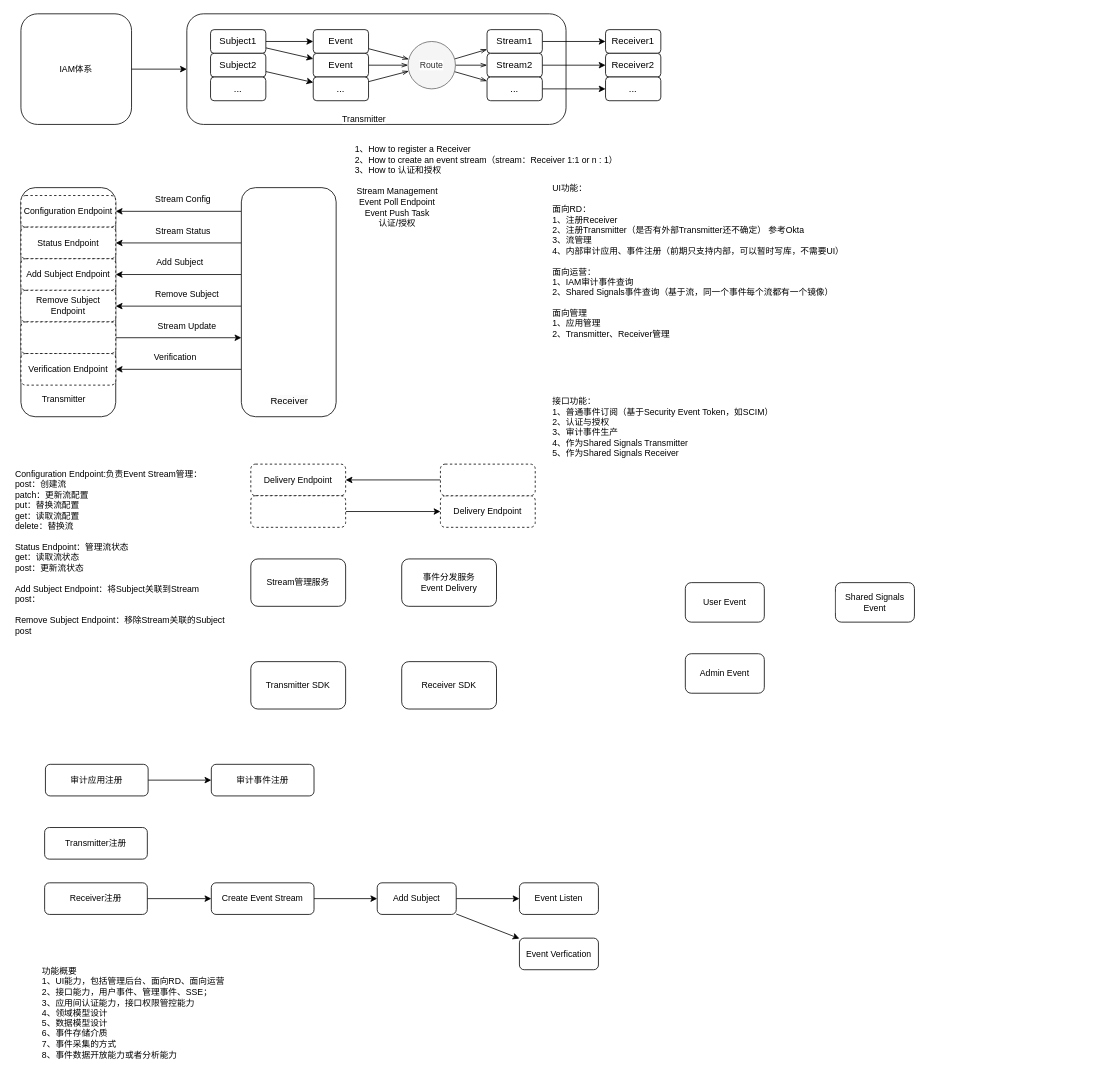
Earlier version of the draw.io diagram sharedsignals.drawio (yamilinqh/spicedb). Source tidied: cells renumbered, new cells numbered last; positions are measured from the earlier drawing's top-left corner, leaving out a move shared by most shapes. Both pictures are drawn from the tidied source at 79%, with x=0, y=0 at pixel (13, 13).
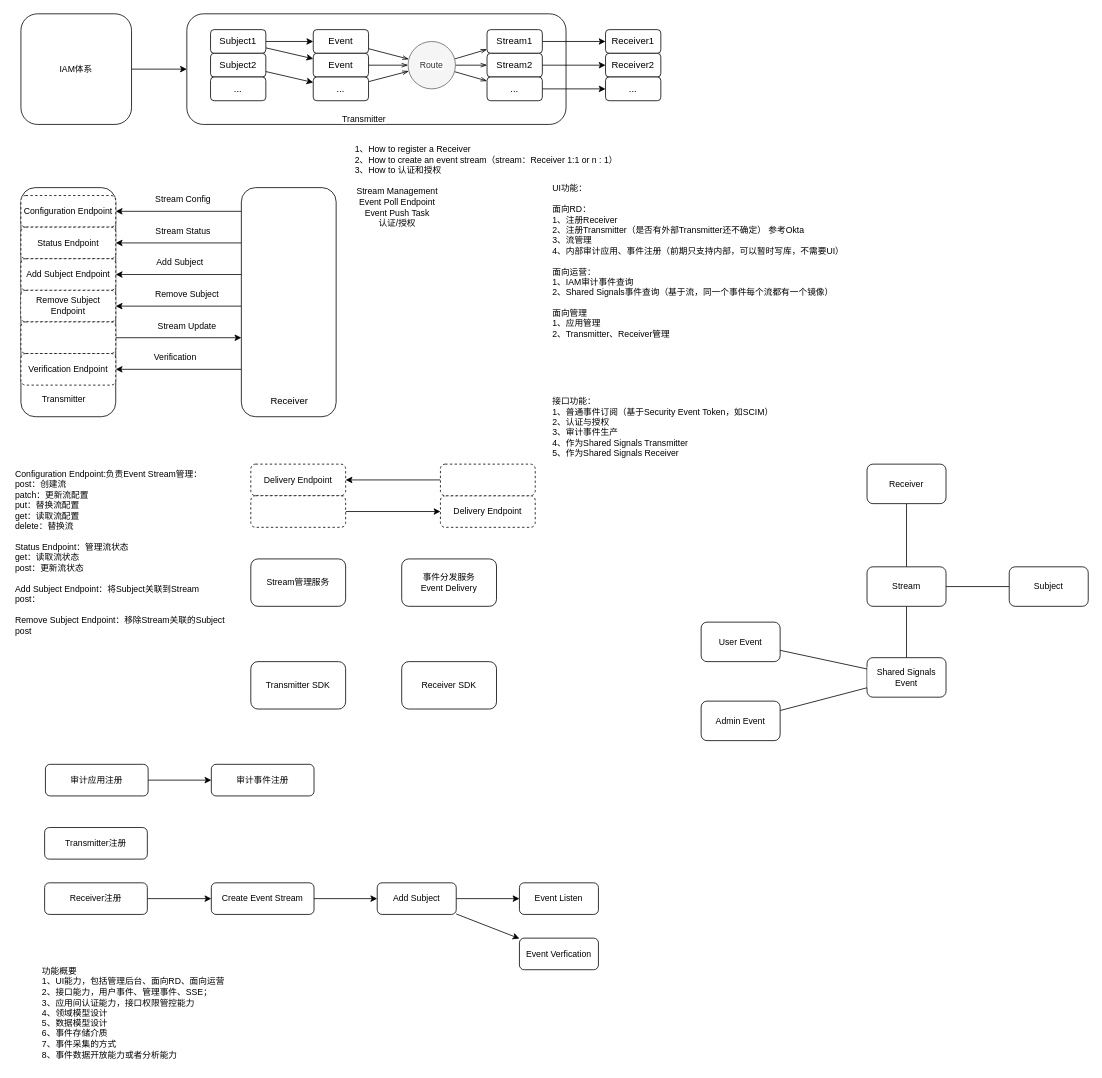
The same page after the edit.

The edit, as a diff of the source:
```diff
@@
+    <mxCell id="92" style="rounded=0;jettySize=auto;html=1;endArrow=none;endFill=0;" parent="1" edge="1" source="88" target="90">
+      <mxGeometry relative="1" as="geometry" />
+    </mxCell>
     <mxCell id="88" value="User Event" style="rounded=1;whiteSpace=wrap;html=1;fontFamily=Helvetica;fontSize=11;fontColor=default;labelBackgroundColor=default;" parent="1" vertex="1">
-      <mxGeometry x="850" y="720" width="100" height="50" as="geometry" />
+      <mxGeometry x="870" y="770" width="100" height="50" as="geometry" />
     </mxCell>
+    <mxCell id="93" style="rounded=0;jettySize=auto;html=1;endArrow=none;endFill=0;" parent="1" edge="1" source="89" target="90">
+      <mxGeometry relative="1" as="geometry" />
+    </mxCell>
     <mxCell id="89" value="Admin Event" style="rounded=1;whiteSpace=wrap;html=1;fontFamily=Helvetica;fontSize=11;fontColor=default;labelBackgroundColor=default;" parent="1" vertex="1">
-      <mxGeometry x="850" y="810" width="100" height="50" as="geometry" />
+      <mxGeometry x="870" y="870" width="100" height="50" as="geometry" />
     </mxCell>
+    <mxCell id="94" style="edgeStyle=none;shape=connector;rounded=0;jettySize=auto;html=1;entryX=0.5;entryY=1;entryDx=0;entryDy=0;strokeColor=default;align=center;verticalAlign=middle;fontFamily=Helvetica;fontSize=11;fontColor=default;labelBackgroundColor=default;endArrow=none;endFill=0;" parent="1" edge="1" source="90" target="97">
+      <mxGeometry relative="1" as="geometry" />
+    </mxCell>
     <mxCell id="90" value="Shared Signals Event" style="rounded=1;whiteSpace=wrap;html=1;fontFamily=Helvetica;fontSize=11;fontColor=default;labelBackgroundColor=default;" parent="1" vertex="1">
-      <mxGeometry x="1040" y="720" width="100" height="50" as="geometry" />
+      <mxGeometry x="1080" y="815" width="100" height="50" as="geometry" />
     </mxCell>
@@
+    <mxCell id="95" style="edgeStyle=none;shape=connector;rounded=0;jettySize=auto;html=1;strokeColor=default;align=center;verticalAlign=middle;fontFamily=Helvetica;fontSize=11;fontColor=default;labelBackgroundColor=default;endArrow=none;endFill=0;" parent="1" edge="1" source="97" target="98">
+      <mxGeometry relative="1" as="geometry" />
+    </mxCell>
+    <mxCell id="96" style="edgeStyle=none;shape=connector;rounded=0;jettySize=auto;html=1;strokeColor=default;align=center;verticalAlign=middle;fontFamily=Helvetica;fontSize=11;fontColor=default;labelBackgroundColor=default;endArrow=none;endFill=0;" parent="1" edge="1" source="97" target="99">
+      <mxGeometry relative="1" as="geometry" />
+    </mxCell>
+    <mxCell id="97" value="Stream" style="rounded=1;whiteSpace=wrap;html=1;fontFamily=Helvetica;fontSize=11;fontColor=default;labelBackgroundColor=default;" parent="1" vertex="1">
+      <mxGeometry x="1080" y="700" width="100" height="50" as="geometry" />
+    </mxCell>
+    <mxCell id="98" value="Subject" style="rounded=1;whiteSpace=wrap;html=1;fontFamily=Helvetica;fontSize=11;fontColor=default;labelBackgroundColor=default;" parent="1" vertex="1">
+      <mxGeometry x="1260" y="700" width="100" height="50" as="geometry" />
+    </mxCell>
+    <mxCell id="99" value="Receiver" style="rounded=1;whiteSpace=wrap;html=1;fontFamily=Helvetica;fontSize=11;fontColor=default;labelBackgroundColor=default;" parent="1" vertex="1">
+      <mxGeometry x="1080" y="570" width="100" height="50" as="geometry" />
+    </mxCell>
```
